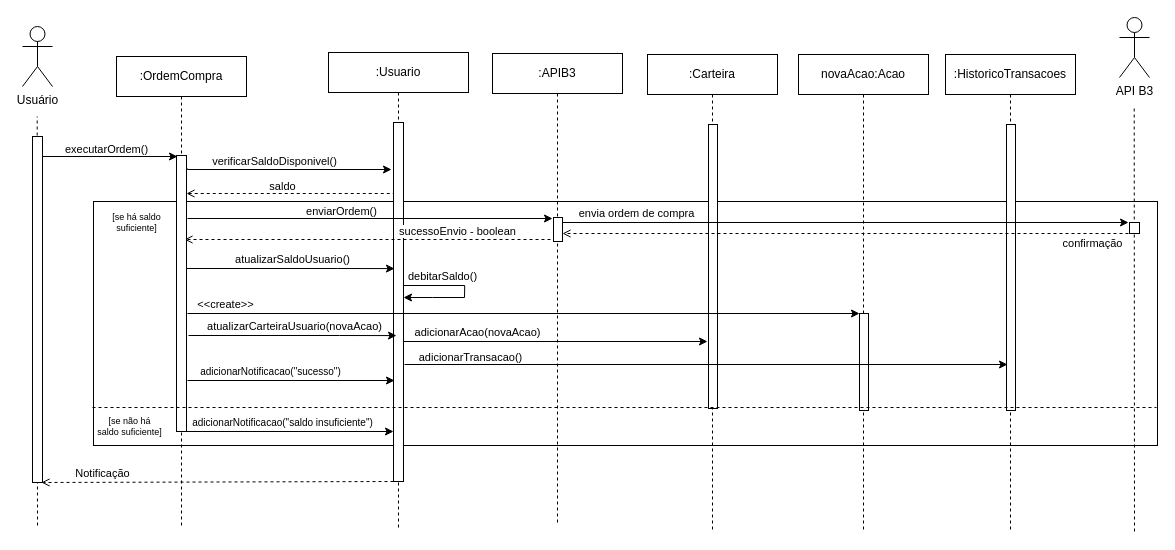
Before: diagrama_sequencia/Diagrama_Sequencia_UC08.drawio in gb-cs-rt/home_broker, a draw.io diagram. Source tidied: cells renumbered, new cells numbered last; positions are measured from the earlier drawing's top-left corner, leaving out a move shared by most shapes. Both pictures are drawn from the tidied source at 100%, with x=0, y=0 at pixel (22, 17).
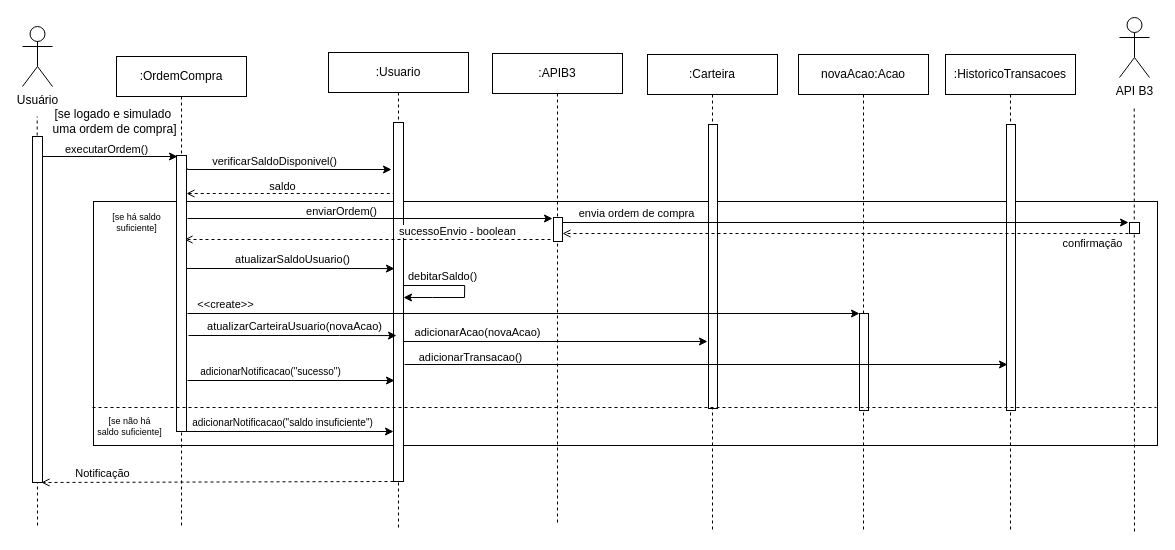
Above is the later version.

Change to the diagram source:
```diff
@@
+    <mxCell id="56" value="[se logado e simulado&amp;nbsp;&lt;div&gt;uma ordem de compra]&lt;/div&gt;" style="text;html=1;align=center;verticalAlign=middle;strokeColor=none;fillColor=none;" parent="1" vertex="1">
+      <mxGeometry x="21" y="83" width="142" height="41" as="geometry" />
+    </mxCell>
```
